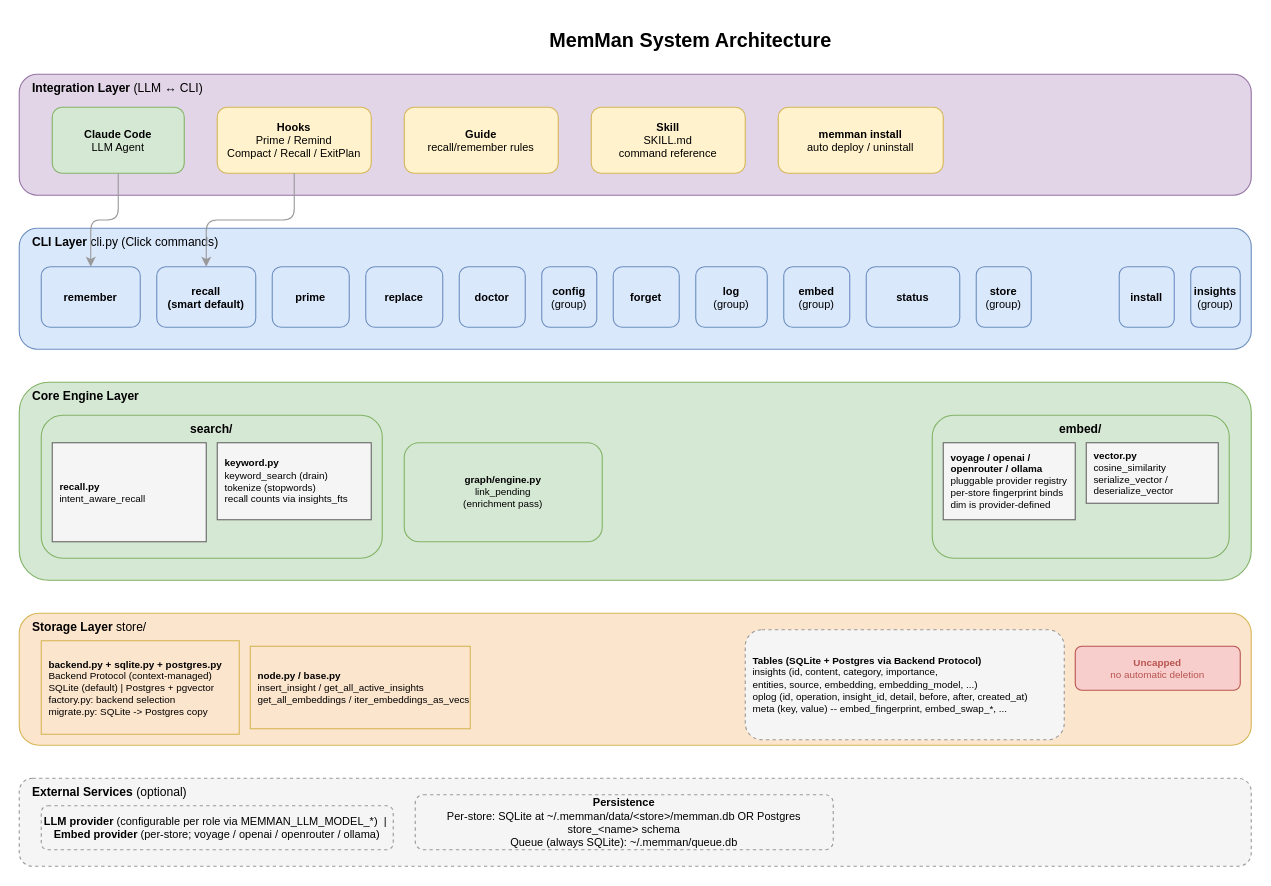
Above: docs/diagrams/01-system-architecture.drawio in bissli/memman (draw.io), before the change. Source tidied: cells renumbered, new cells numbered last; positions are measured from the earlier drawing's top-left corner, leaving out a move shared by most shapes. Both pictures are drawn from the tidied source at 110%, with x=0, y=0 at pixel (19, 19).
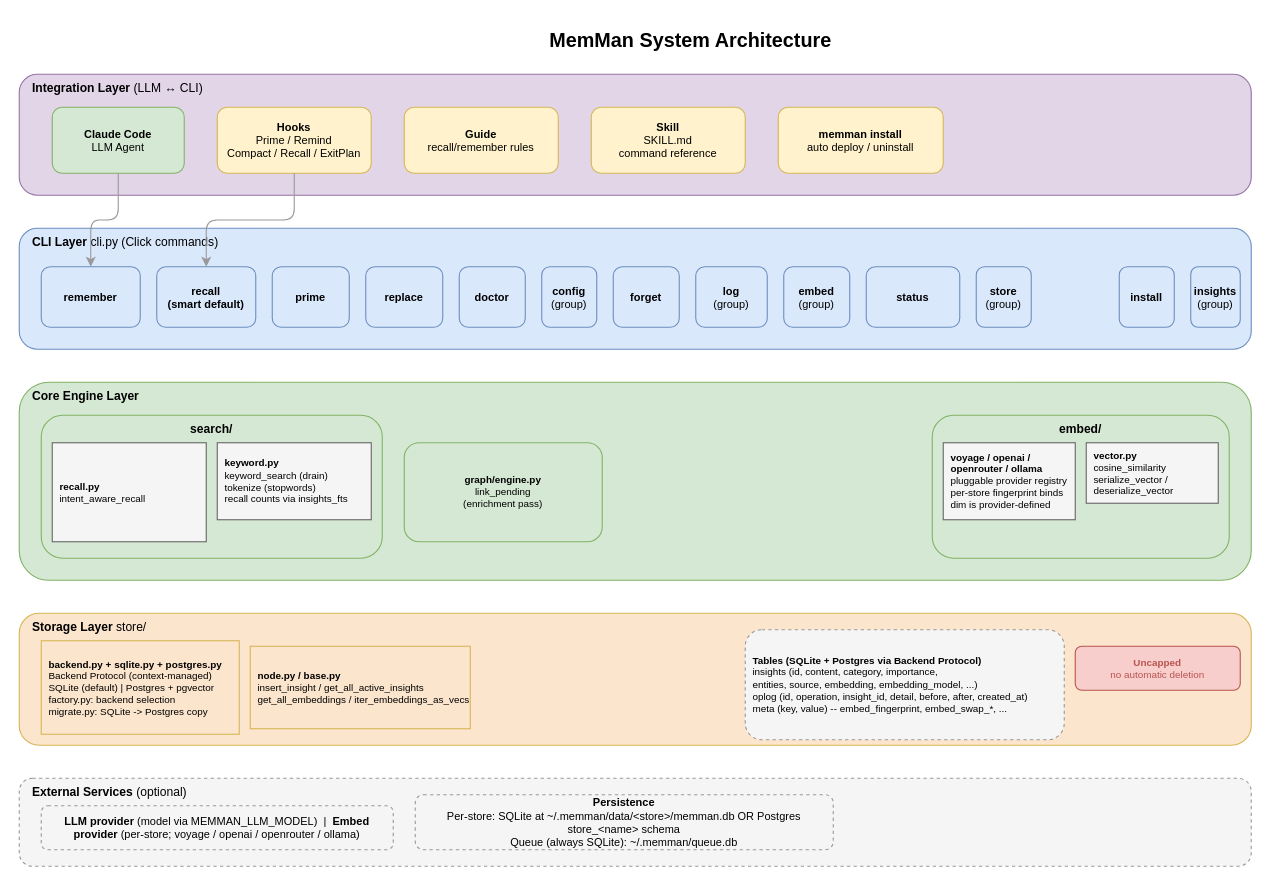
The same page after the edit.

What changed in the source:
```diff
@@
-    <mxCell id="37" value="&lt;b&gt;LLM provider&lt;/b&gt; (configurable per role via MEMMAN_LLM_MODEL_*) &amp;nbsp;|&amp;nbsp; &lt;b&gt;Embed provider&lt;/b&gt; (per-store; voyage / openai / openrouter / ollama)" style="rounded=1;whiteSpace=wrap;html=1;fillColor=#f5f5f5;strokeColor=#999999;fontSize=10;dashed=1;" parent="1" vertex="1">
+    <mxCell id="37" value="&lt;b&gt;LLM provider&lt;/b&gt; (model via MEMMAN_LLM_MODEL) &amp;nbsp;|&amp;nbsp; &lt;b&gt;Embed provider&lt;/b&gt; (per-store; voyage / openai / openrouter / ollama)" style="rounded=1;whiteSpace=wrap;html=1;fillColor=#f5f5f5;strokeColor=#999999;fontSize=10;dashed=1;" parent="1" vertex="1">
       <mxGeometry x="20" y="715" width="320" height="40" as="geometry" />
     </mxCell>
```
